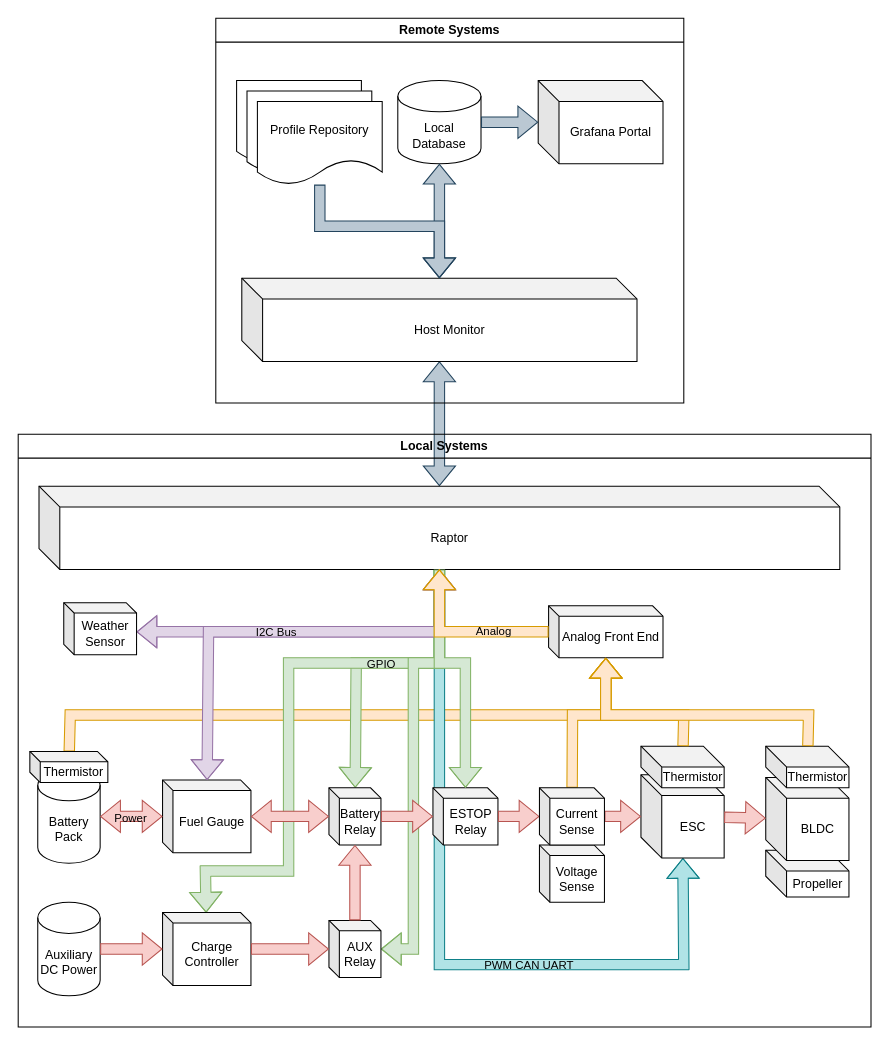
This is page "ページ2" (2 of 2) of raptor/v1/Topology.drawio from dronectl/ddd, a draw.io file, before an edit. Source tidied: cells renumbered, new cells numbered last; positions are measured from the earlier drawing's top-left corner, leaving out a move shared by most shapes. Both pictures are drawn from the tidied source at 104%, with x=0, y=0 at pixel (18, 18).
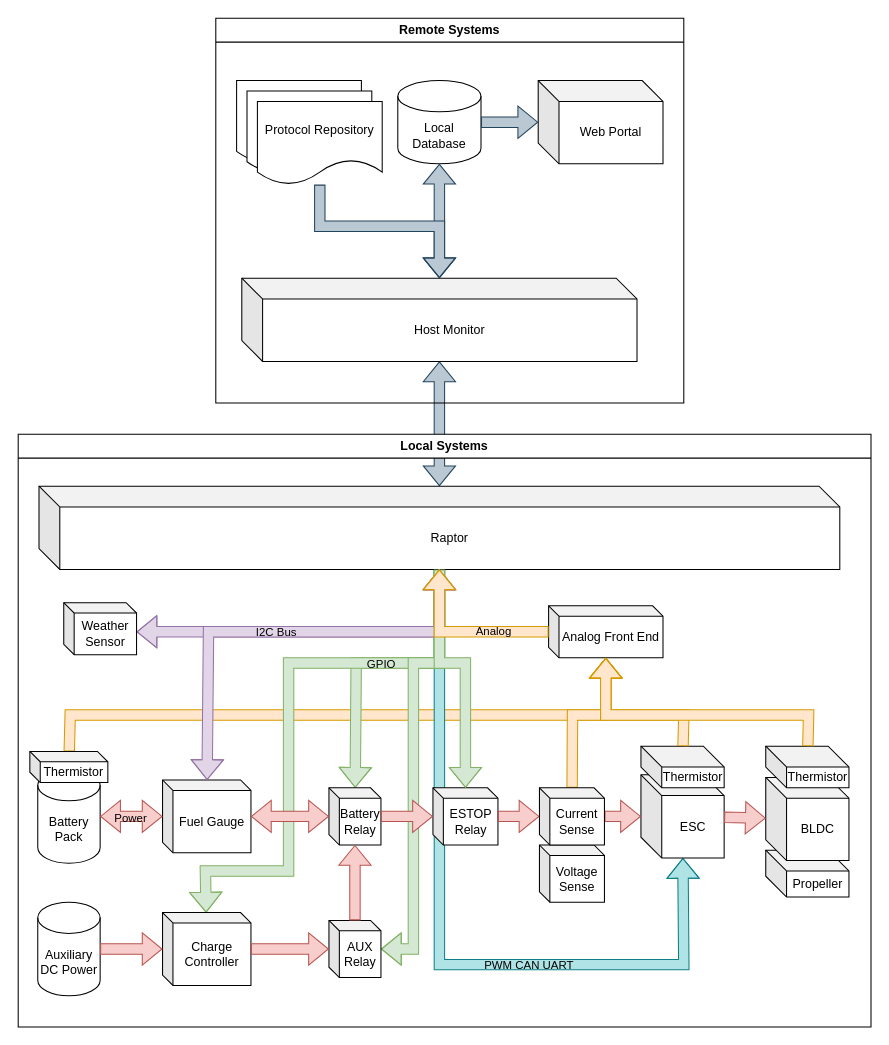
The same page after the edit.

The change refers to these unchanged cells:
```xml
<mxCell id="48" value="Remote Systems" style="swimlane;whiteSpace=wrap;html=1;" parent="1" vertex="1">
  <mxGeometry x="190" width="450" height="370" as="geometry" />
</mxCell>
<mxCell id="52" style="group;" parent="48" vertex="1">
  <mxGeometry x="20" y="60" width="140" height="100" as="geometry" />
</mxCell>
```

Diff of the diagram source:
```diff
@@
-    <mxCell id="3" value="Local Systems" style="swimlane;whiteSpace=wrap;html=1;fillColor=none;" parent="1" vertex="1">
+    <mxCell id="3" value="Local Systems" style="swimlane;whiteSpace=wrap;html=1;fillColor=default;" parent="1" vertex="1">
       <mxGeometry y="400" width="820" height="570" as="geometry" />
     </mxCell>
@@
-    <mxCell id="51" value="Grafana Portal" style="shape=cube;whiteSpace=wrap;html=1;boundedLbl=1;backgroundOutline=1;darkOpacity=0.05;darkOpacity2=0.1;" parent="48" vertex="1">
+    <mxCell id="51" value="Web Portal" style="shape=cube;whiteSpace=wrap;html=1;boundedLbl=1;backgroundOutline=1;darkOpacity=0.05;darkOpacity2=0.1;" parent="48" vertex="1">
       <mxGeometry x="310" y="60" width="120" height="80" as="geometry" />
     </mxCell>
@@
-    <mxCell id="55" value="Profile Repository" style="shape=document;whiteSpace=wrap;html=1;boundedLbl=1;" parent="52" vertex="1">
+    <mxCell id="55" value="Protocol Repository" style="shape=document;whiteSpace=wrap;html=1;boundedLbl=1;" parent="52" vertex="1">
       <mxGeometry x="20" y="20" width="120" height="80" as="geometry" />
     </mxCell>
```
